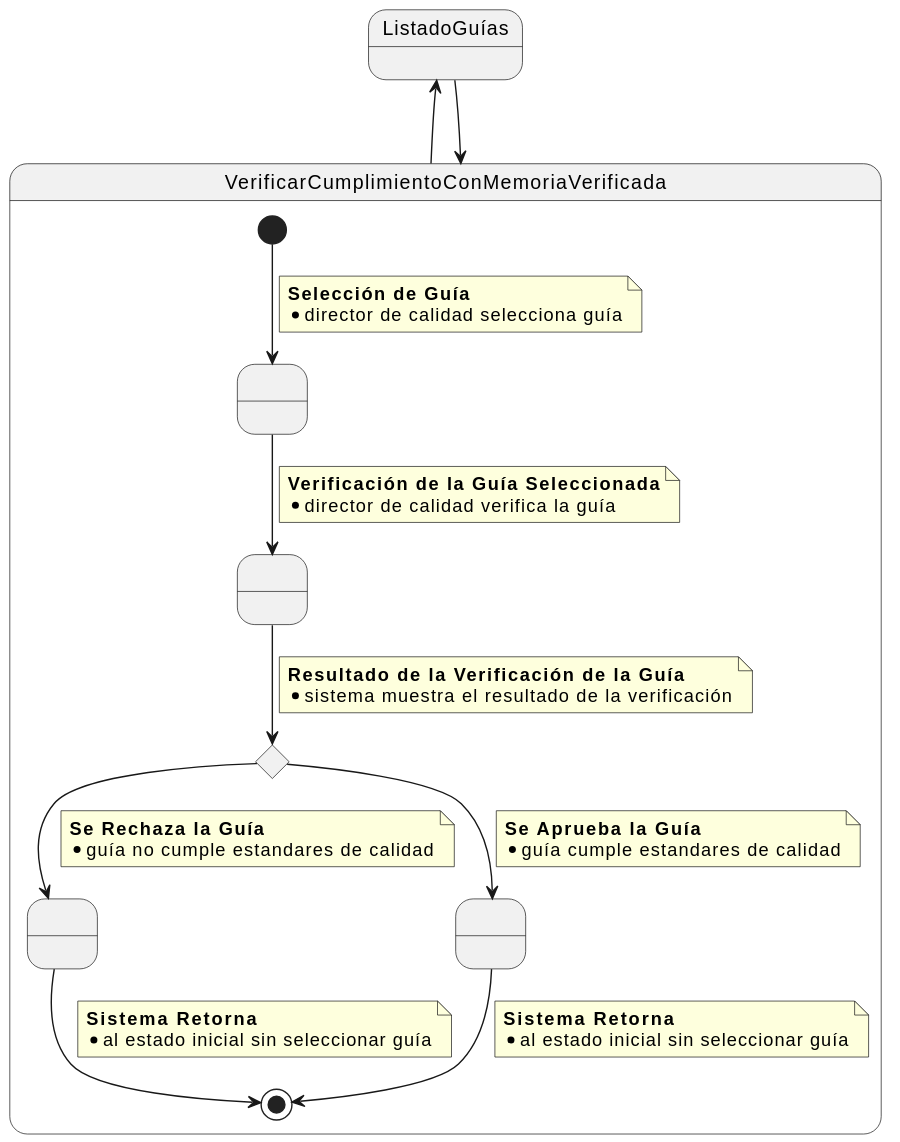
This is images/modelosUML/VerificarGD.svg from mmasias/24-25-IdSw1-SDR, a PlantUML export, as it was before one commit.
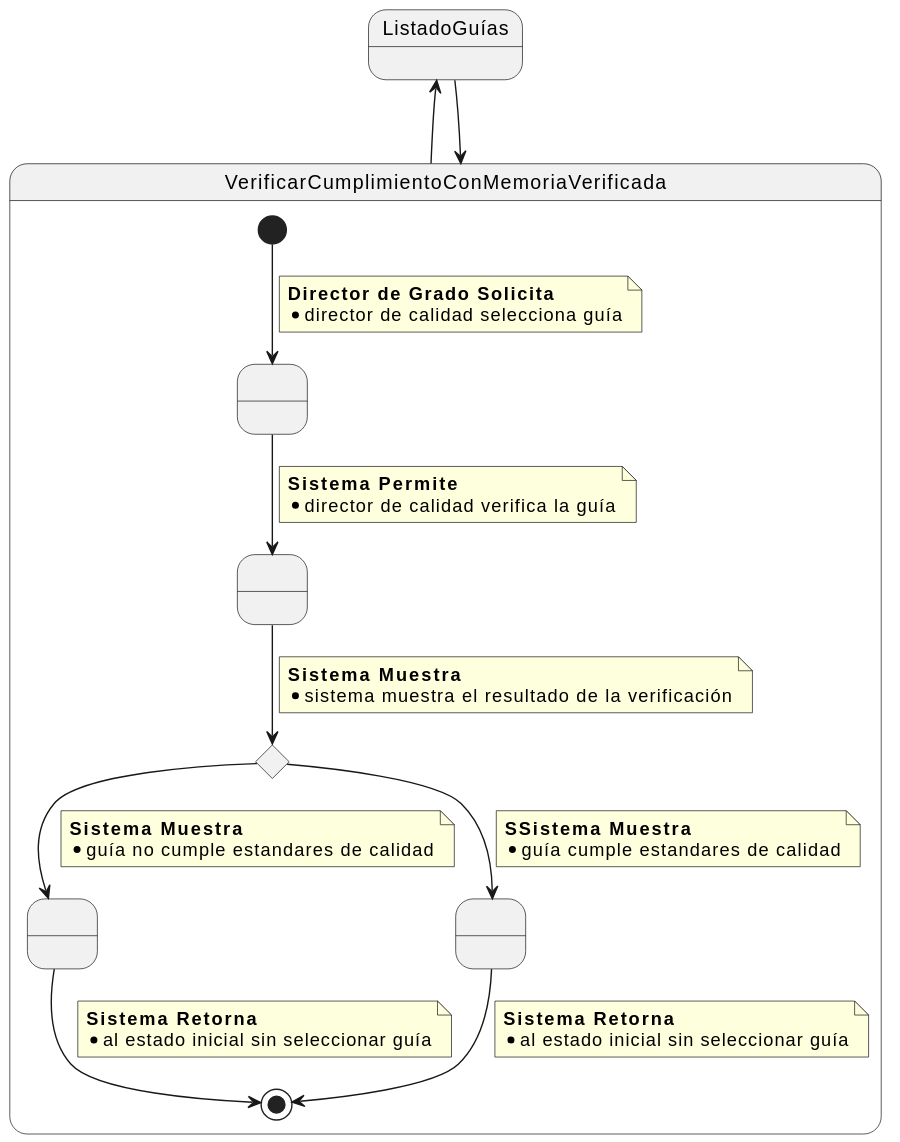
The same file after the commit.

Change to the diagram source:
```diff
@@ -11,25 +11,25 @@
 
     [*] --> SeleccionarGuia
     note on link
-    <b>Selección de Guía</b>
+    <b>Director de Grado Solicita</b>
     * director de calidad selecciona guía
     end note
 
     SeleccionarGuia --> VerificarGuia
     note on link
-    <b>Verificación de la Guía Seleccionada</b>
+    <b>Sistema Permite</b>
     * director de calidad verifica la guía
     end note
 
     VerificarGuia --> ResultadoVerificacion
     note on link
-    <b>Resultado de la Verificación de la Guía</b>
+    <b>Sistema Muestra</b>
     * sistema muestra el resultado de la verificación
     end note
 
     ResultadoVerificacion -->  GuiaNoCumpleRequisitos
     note on link
-    <b>Se Rechaza la Guía</b>
+    <b>Sistema Muestra</b>
     * guía no cumple estandares de calidad
     end note
 
@@ -41,7 +41,7 @@
 
     ResultadoVerificacion -->  GuiaCumpleRequisitos
     note on link
-    <b>Se Aprueba la Guía</b>
+    <b>SSistema Muestra</b>
     * guía cumple estandares de calidad
     end note
 
```
